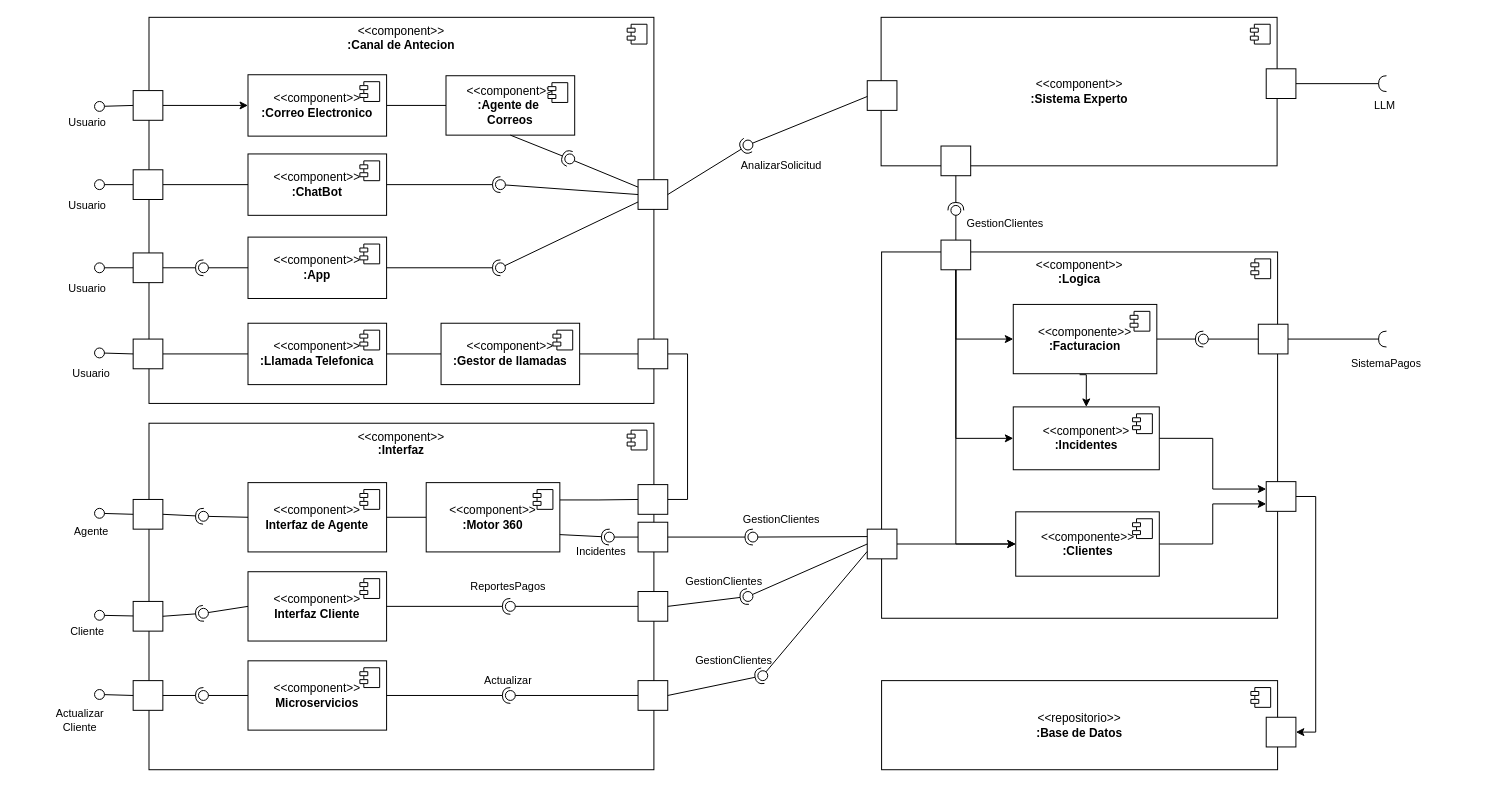
Earlier version of the draw.io diagram diagramas/DiagramaDeComponentes.drawio (ronguito/arquitectura). Source tidied: cells renumbered, new cells numbered last; positions are measured from the earlier drawing's top-left corner, leaving out a move shared by most shapes. Both pictures are drawn from the tidied source at 99%, with x=0, y=0 at pixel (17, 17).
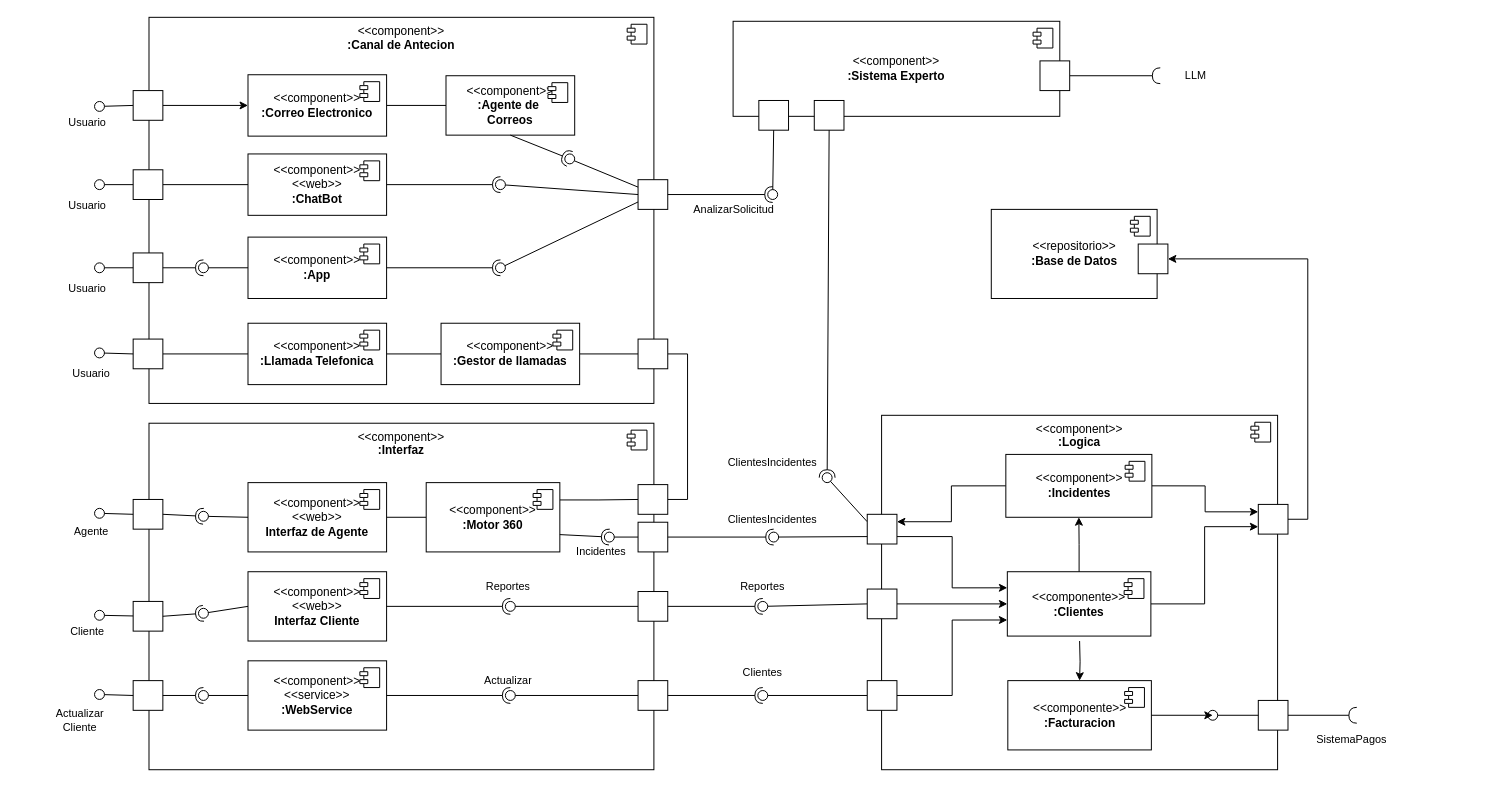
The same page after the edit.

Diff of the diagram source:
```diff
@@
     <mxCell id="2" value="&amp;lt;&amp;lt;component&amp;gt;&amp;gt;&lt;div&gt;&lt;b&gt;:Logica&lt;/b&gt;&lt;/div&gt;" style="html=1;whiteSpace=wrap;verticalAlign=top;" parent="1" vertex="1">
-      <mxGeometry x="873" y="237" width="400" height="370" as="geometry" />
+      <mxGeometry x="873" y="402" width="400" height="358" as="geometry" />
     </mxCell>
@@
     <mxCell id="6" value="&lt;div&gt;&amp;lt;&amp;lt;repositorio&amp;gt;&amp;gt;&lt;br&gt;&lt;div&gt;&lt;b&gt;:Base de Datos&lt;/b&gt;&lt;/div&gt;&lt;/div&gt;" style="html=1;whiteSpace=wrap;" parent="1" vertex="1">
-      <mxGeometry x="873" y="670" width="400" height="90" as="geometry" />
+      <mxGeometry x="983.8" y="194" width="167.5" height="90" as="geometry" />
     </mxCell>
@@
     <mxCell id="8" value="&amp;lt;&amp;lt;component&amp;gt;&amp;gt;&lt;div&gt;&lt;b&gt;:Sistema&amp;nbsp;&lt;/b&gt;&lt;b style=&quot;background-color: initial;&quot;&gt;Experto&lt;/b&gt;&lt;/div&gt;" style="html=1;whiteSpace=wrap;" parent="1" vertex="1">
-      <mxGeometry x="872.5" width="400" height="150" as="geometry" />
+      <mxGeometry x="723" y="4" width="330" height="96" as="geometry" />
     </mxCell>
@@
+    <mxCell id="167" style="edgeStyle=orthogonalEdgeStyle;rounded=0;jettySize=auto;html=1;entryX=0.5;entryY=0;entryDx=0;entryDy=0;" parent="1" edge="1" target="30">
+      <mxGeometry relative="1" as="geometry">
+        <mxPoint x="1073" y="630" as="sourcePoint" />
+      </mxGeometry>
+    </mxCell>
     <mxCell id="11" value="&amp;lt;&amp;lt;componente&amp;gt;&amp;gt;&lt;div&gt;&lt;div&gt;&lt;b&gt;:Clientes&lt;/b&gt;&lt;/div&gt;&lt;/div&gt;" style="html=1;whiteSpace=wrap;" parent="1" vertex="1">
-      <mxGeometry x="1008.5" y="499.5" width="145" height="65" as="geometry" />
+      <mxGeometry x="1000" y="560" width="145" height="65" as="geometry" />
     </mxCell>
@@
+    <mxCell id="168" style="edgeStyle=orthogonalEdgeStyle;rounded=0;jettySize=auto;html=1;exitX=0;exitY=0.5;exitDx=0;exitDy=0;entryX=1;entryY=0.25;entryDx=0;entryDy=0;" parent="1" edge="1" source="15" target="128">
+      <mxGeometry relative="1" as="geometry" />
+    </mxCell>
     <mxCell id="15" value="&amp;lt;&amp;lt;component&amp;gt;&amp;gt;&lt;div&gt;&lt;b style=&quot;background-color: initial;&quot;&gt;:Incidentes&lt;/b&gt;&lt;/div&gt;" style="html=1;whiteSpace=wrap;" parent="1" vertex="1">
-      <mxGeometry x="1006" y="393.5" width="147.5" height="63.5" as="geometry" />
+      <mxGeometry x="998.5" y="441.5" width="147.5" height="63.5" as="geometry" />
     </mxCell>
@@
     <mxCell id="18" style="ellipse;whiteSpace=wrap;html=1;align=center;fillColor=none;strokeColor=none;perimeter=centerPerimeter;" parent="1" vertex="1">
-      <mxGeometry x="1324.5" y="200" width="10" height="10" as="geometry" />
+      <mxGeometry x="1202.5" y="164" width="10" height="10" as="geometry" />
     </mxCell>
     <mxCell id="19" style="rounded=0;jettySize=auto;html=1;endArrow=halfCircle;endFill=0;endSize=6;strokeWidth=1;sketch=0;exitX=1;exitY=0.5;exitDx=0;exitDy=0;" parent="1" edge="1" source="75">
       <mxGeometry relative="1" as="geometry">
-        <mxPoint x="1383" y="67" as="targetPoint" />
+        <mxPoint x="1154.5" y="59" as="targetPoint" />
       </mxGeometry>
     </mxCell>
@@
     <mxCell id="24" style="ellipse;whiteSpace=wrap;html=1;align=center;fillColor=none;strokeColor=none;perimeter=centerPerimeter;" parent="1" vertex="1">
-      <mxGeometry x="1263.5" y="297" width="10" height="10" as="geometry" />
+      <mxGeometry x="1263.5" y="462" width="10" height="10" as="geometry" />
     </mxCell>
     <mxCell id="25" style="ellipse;whiteSpace=wrap;html=1;align=center;fillColor=none;strokeColor=none;perimeter=centerPerimeter;" parent="1" vertex="1">
-      <mxGeometry x="1324.5" y="320" width="10" height="10" as="geometry" />
+      <mxGeometry x="1324.5" y="485" width="10" height="10" as="geometry" />
     </mxCell>
     <mxCell id="26" value="SistemaPagos" style="text;html=1;strokeColor=none;fillColor=none;align=center;verticalAlign=middle;whiteSpace=wrap;overflow=hidden;fontSize=11;" parent="1" vertex="1">
-      <mxGeometry x="1327.5" y="340" width="110" height="20" as="geometry" />
+      <mxGeometry x="1293" y="720" width="110" height="20" as="geometry" />
     </mxCell>
     <mxCell id="27" value="LLM" style="text;html=1;strokeColor=none;fillColor=none;align=center;verticalAlign=middle;whiteSpace=wrap;overflow=hidden;fontSize=11;" parent="1" vertex="1">
-      <mxGeometry x="1317.5" y="79" width="127" height="20" as="geometry" />
+      <mxGeometry x="1126.5" y="49" width="127" height="20" as="geometry" />
     </mxCell>
@@
-    <mxCell id="29" style="edgeStyle=orthogonalEdgeStyle;rounded=0;jettySize=auto;html=1;exitX=0.462;exitY=1.014;exitDx=0;exitDy=0;entryX=0.5;entryY=0;entryDx=0;entryDy=0;exitPerimeter=0;" parent="1" edge="1" source="30" target="15">
-      <mxGeometry relative="1" as="geometry" />
-    </mxCell>
     <mxCell id="30" value="&amp;lt;&amp;lt;componente&amp;gt;&amp;gt;&lt;div&gt;&lt;b&gt;:&lt;/b&gt;&lt;b style=&quot;background-color: initial;&quot;&gt;Facturacion&lt;/b&gt;&lt;/div&gt;" style="html=1;whiteSpace=wrap;" parent="1" vertex="1">
-      <mxGeometry x="1006" y="290" width="145" height="70" as="geometry" />
+      <mxGeometry x="1000.5" y="670" width="145" height="70" as="geometry" />
     </mxCell>
@@
     <mxCell id="32" style="ellipse;whiteSpace=wrap;html=1;align=center;fillColor=none;strokeColor=none;perimeter=centerPerimeter;" parent="1" vertex="1">
-      <mxGeometry x="1324.5" y="225" width="10" height="10" as="geometry" />
+      <mxGeometry x="1324.5" y="390" width="10" height="10" as="geometry" />
     </mxCell>
@@
-    <mxCell id="42" value="&amp;lt;&amp;lt;component&amp;gt;&amp;gt;&lt;div&gt;&lt;b&gt;:&lt;/b&gt;&lt;b style=&quot;background-color: initial;&quot;&gt;ChatBot&lt;/b&gt;&lt;/div&gt;" style="html=1;whiteSpace=wrap;" parent="1" vertex="1">
+    <mxCell id="42" value="&amp;lt;&amp;lt;component&amp;gt;&amp;gt;&lt;div&gt;&amp;lt;&amp;lt;web&amp;gt;&amp;gt;&lt;br&gt;&lt;div&gt;&lt;b&gt;:&lt;/b&gt;&lt;b style=&quot;background-color: initial;&quot;&gt;ChatBot&lt;/b&gt;&lt;/div&gt;&lt;/div&gt;" style="html=1;whiteSpace=wrap;" parent="1" vertex="1">
       <mxGeometry x="233" y="138" width="140" height="62" as="geometry" />
     </mxCell>
@@
-    <mxCell id="47" value="&amp;lt;&amp;lt;component&amp;gt;&amp;gt;&lt;div&gt;&lt;b&gt;Interfaz de Agente&lt;/b&gt;&lt;/div&gt;" style="html=1;whiteSpace=wrap;" parent="1" vertex="1">
+    <mxCell id="47" value="&amp;lt;&amp;lt;component&amp;gt;&amp;gt;&lt;div&gt;&amp;lt;&amp;lt;web&amp;gt;&amp;gt;&lt;br&gt;&lt;div&gt;&lt;b&gt;Interfaz de Agente&lt;/b&gt;&lt;/div&gt;&lt;/div&gt;" style="html=1;whiteSpace=wrap;" parent="1" vertex="1">
       <mxGeometry x="233" y="470" width="140" height="70" as="geometry" />
     </mxCell>
@@
-    <mxCell id="49" value="&amp;lt;&amp;lt;component&amp;gt;&amp;gt;&lt;div&gt;&lt;b&gt;Interfaz Cliente&lt;/b&gt;&lt;/div&gt;" style="html=1;whiteSpace=wrap;" parent="1" vertex="1">
+    <mxCell id="49" value="&amp;lt;&amp;lt;component&amp;gt;&amp;gt;&lt;div&gt;&amp;lt;&amp;lt;web&amp;gt;&amp;gt;&lt;br&gt;&lt;div&gt;&lt;b&gt;Interfaz Cliente&lt;/b&gt;&lt;/div&gt;&lt;/div&gt;" style="html=1;whiteSpace=wrap;" parent="1" vertex="1">
       <mxGeometry x="233" y="560" width="140" height="70" as="geometry" />
     </mxCell>
@@
-    <mxCell id="51" value="&amp;lt;&amp;lt;component&amp;gt;&amp;gt;&lt;div&gt;&lt;b&gt;Microservicios&lt;/b&gt;&lt;/div&gt;" style="html=1;whiteSpace=wrap;" parent="1" vertex="1">
+    <mxCell id="51" value="&amp;lt;&amp;lt;component&amp;gt;&amp;gt;&lt;div&gt;&amp;lt;&amp;lt;service&amp;gt;&amp;gt;&lt;br&gt;&lt;div&gt;&lt;div&gt;&lt;b&gt;:WebService&lt;/b&gt;&lt;/div&gt;&lt;/div&gt;&lt;/div&gt;" style="html=1;whiteSpace=wrap;" parent="1" vertex="1">
       <mxGeometry x="233" y="650" width="140" height="70" as="geometry" />
     </mxCell>
@@
     <mxCell id="72" style="html=1;rounded=0;" parent="1" vertex="1">
-      <mxGeometry x="858.5" y="64" width="30" height="30" as="geometry" />
+      <mxGeometry x="749" y="84" width="30" height="30" as="geometry" />
     </mxCell>
@@
     <mxCell id="75" style="html=1;rounded=0;" parent="1" vertex="1">
-      <mxGeometry x="1261.5" y="52" width="30" height="30" as="geometry" />
+      <mxGeometry x="1033" y="44" width="30" height="30" as="geometry" />
     </mxCell>
     <mxCell id="76" style="rounded=0;jettySize=auto;html=1;endArrow=halfCircle;endFill=0;endSize=6;strokeWidth=1;sketch=0;exitX=1;exitY=0.5;exitDx=0;exitDy=0;" parent="1" edge="1" source="77">
       <mxGeometry relative="1" as="geometry">
-        <mxPoint x="1383" y="325" as="targetPoint" />
+        <mxPoint x="1353" y="705" as="targetPoint" />
       </mxGeometry>
     </mxCell>
     <mxCell id="77" style="html=1;rounded=0;" parent="1" vertex="1">
-      <mxGeometry x="1253.5" y="310" width="30" height="30" as="geometry" />
+      <mxGeometry x="1253.5" y="690" width="30" height="30" as="geometry" />
     </mxCell>
@@
-    <mxCell id="79" style="rounded=0;jettySize=auto;html=1;endArrow=oval;endFill=0;sketch=0;sourcePerimeterSpacing=0;targetPerimeterSpacing=0;endSize=10;exitX=0;exitY=0.533;exitDx=0;exitDy=0;exitPerimeter=0;" parent="1" edge="1" source="72" target="80">
+    <mxCell id="79" style="rounded=0;jettySize=auto;html=1;endArrow=oval;endFill=0;sketch=0;sourcePerimeterSpacing=0;targetPerimeterSpacing=0;endSize=10;exitX=0.5;exitY=1;exitDx=0;exitDy=0;" parent="1" edge="1" source="72" target="80">
       <mxGeometry relative="1" as="geometry" />
     </mxCell>
     <mxCell id="80" style="ellipse;whiteSpace=wrap;html=1;align=center;fillColor=none;strokeColor=none;perimeter=centerPerimeter;points=[];outlineConnect=1;" parent="1" vertex="1">
-      <mxGeometry x="733" y="124" width="10" height="10" as="geometry" />
+      <mxGeometry x="758" y="174" width="10" height="10" as="geometry" />
     </mxCell>
@@
-    <mxCell id="103" style="edgeStyle=orthogonalEdgeStyle;rounded=0;jettySize=auto;html=1;exitX=0.5;exitY=1;exitDx=0;exitDy=0;entryX=0;entryY=0.5;entryDx=0;entryDy=0;" parent="1" edge="1" source="106" target="15">
-      <mxGeometry relative="1" as="geometry" />
-    </mxCell>
-    <mxCell id="104" style="edgeStyle=orthogonalEdgeStyle;rounded=0;jettySize=auto;html=1;exitX=0.5;exitY=1;exitDx=0;exitDy=0;entryX=0;entryY=0.5;entryDx=0;entryDy=0;" parent="1" edge="1" source="106" target="11">
+    <mxCell id="104" style="edgeStyle=orthogonalEdgeStyle;rounded=0;jettySize=auto;html=1;entryX=0.5;entryY=1;entryDx=0;entryDy=0;exitX=0.5;exitY=0;exitDx=0;exitDy=0;" parent="1" edge="1" source="11" target="15">
       <mxGeometry relative="1" as="geometry" />
     </mxCell>
-    <mxCell id="105" style="edgeStyle=orthogonalEdgeStyle;rounded=0;jettySize=auto;html=1;exitX=0.5;exitY=1;exitDx=0;exitDy=0;entryX=0;entryY=0.5;entryDx=0;entryDy=0;" parent="1" edge="1" source="106" target="30">
-      <mxGeometry relative="1" as="geometry" />
-    </mxCell>
-    <mxCell id="106" style="html=1;rounded=0;" parent="1" vertex="1">
-      <mxGeometry x="933" y="225" width="30" height="30" as="geometry" />
-    </mxCell>
+    <mxCell id="169" style="edgeStyle=orthogonalEdgeStyle;rounded=0;jettySize=auto;html=1;exitX=1;exitY=0.75;exitDx=0;exitDy=0;entryX=0;entryY=0.25;entryDx=0;entryDy=0;" parent="1" edge="1" source="128" target="11">
+      <mxGeometry relative="1" as="geometry" />
+    </mxCell>
@@
     <mxCell id="115" style="ellipse;whiteSpace=wrap;html=1;align=center;fillColor=none;strokeColor=none;perimeter=centerPerimeter;" parent="1" vertex="1">
-      <mxGeometry x="953" y="477" width="10" height="10" as="geometry" />
+      <mxGeometry x="953" y="642" width="10" height="10" as="geometry" />
     </mxCell>
     <mxCell id="116" style="ellipse;whiteSpace=wrap;html=1;align=center;fillColor=none;strokeColor=none;perimeter=centerPerimeter;" parent="1" vertex="1">
-      <mxGeometry x="1213" y="410" width="10" height="10" as="geometry" />
+      <mxGeometry x="1213" y="575" width="10" height="10" as="geometry" />
     </mxCell>
@@
     <mxCell id="118" style="html=1;rounded=0;" parent="1" vertex="1">
-      <mxGeometry x="1261.5" y="469" width="30" height="30" as="geometry" />
+      <mxGeometry x="1253.5" y="492" width="30" height="30" as="geometry" />
     </mxCell>
     <mxCell id="119" style="html=1;rounded=0;" parent="1" vertex="1">
-      <mxGeometry x="1261.5" y="707" width="30" height="30" as="geometry" />
+      <mxGeometry x="1132.2" y="229" width="30" height="30" as="geometry" />
     </mxCell>
-    <mxCell id="120" style="rounded=0;jettySize=auto;html=1;endArrow=halfCircle;endFill=0;endSize=6;strokeWidth=1;sketch=0;" parent="1" edge="1" source="30" target="122">
-      <mxGeometry relative="1" as="geometry" />
-    </mxCell>
@@
     <mxCell id="122" style="ellipse;whiteSpace=wrap;html=1;align=center;fillColor=none;strokeColor=none;perimeter=centerPerimeter;points=[];outlineConnect=1;" parent="1" vertex="1">
-      <mxGeometry x="1193" y="320" width="10" height="10" as="geometry" />
+      <mxGeometry x="1202.5" y="700" width="10" height="10" as="geometry" />
     </mxCell>
     <mxCell id="123" style="html=1;rounded=0;" parent="1" vertex="1">
-      <mxGeometry x="933" y="130" width="30" height="30" as="geometry" />
+      <mxGeometry x="805" y="84" width="30" height="30" as="geometry" />
     </mxCell>
@@
-    <mxCell id="125" style="rounded=0;jettySize=auto;html=1;endArrow=oval;endFill=0;sketch=0;sourcePerimeterSpacing=0;targetPerimeterSpacing=0;endSize=10;exitX=0.5;exitY=0;exitDx=0;exitDy=0;" parent="1" edge="1" source="106" target="126">
+    <mxCell id="125" style="rounded=0;jettySize=auto;html=1;endArrow=oval;endFill=0;sketch=0;sourcePerimeterSpacing=0;targetPerimeterSpacing=0;endSize=10;exitX=0;exitY=0.25;exitDx=0;exitDy=0;" parent="1" edge="1" source="128" target="126">
       <mxGeometry relative="1" as="geometry" />
     </mxCell>
     <mxCell id="126" style="ellipse;whiteSpace=wrap;html=1;align=center;fillColor=none;strokeColor=none;perimeter=centerPerimeter;points=[];outlineConnect=1;" parent="1" vertex="1">
-      <mxGeometry x="943" y="190" width="10" height="10" as="geometry" />
+      <mxGeometry x="813" y="460" width="10" height="10" as="geometry" />
     </mxCell>
-    <mxCell id="127" style="edgeStyle=orthogonalEdgeStyle;rounded=0;jettySize=auto;html=1;exitX=1;exitY=0.5;exitDx=0;exitDy=0;entryX=0;entryY=0.5;entryDx=0;entryDy=0;" parent="1" edge="1" source="128" target="11">
+    <mxCell id="127" style="edgeStyle=orthogonalEdgeStyle;rounded=0;jettySize=auto;html=1;entryX=0;entryY=0.5;entryDx=0;entryDy=0;exitX=1;exitY=0.5;exitDx=0;exitDy=0;" parent="1" edge="1" source="170" target="11">
       <mxGeometry relative="1" as="geometry" />
     </mxCell>
     <mxCell id="128" style="html=1;rounded=0;" parent="1" vertex="1">
-      <mxGeometry x="858.5" y="517" width="30" height="30" as="geometry" />
+      <mxGeometry x="858.5" y="502" width="30" height="30" as="geometry" />
     </mxCell>
@@
-    <mxCell id="130" style="rounded=0;jettySize=auto;html=1;endArrow=oval;endFill=0;sketch=0;sourcePerimeterSpacing=0;targetPerimeterSpacing=0;endSize=10;exitX=0;exitY=0.5;exitDx=0;exitDy=0;" parent="1" edge="1" source="128" target="131">
+    <mxCell id="130" style="rounded=0;jettySize=auto;html=1;endArrow=oval;endFill=0;sketch=0;sourcePerimeterSpacing=0;targetPerimeterSpacing=0;endSize=10;exitX=0;exitY=0.5;exitDx=0;exitDy=0;" parent="1" edge="1" source="170" target="131">
       <mxGeometry relative="1" as="geometry" />
     </mxCell>
     <mxCell id="131" style="ellipse;whiteSpace=wrap;html=1;align=center;fillColor=none;strokeColor=none;perimeter=centerPerimeter;points=[];outlineConnect=1;" parent="1" vertex="1">
-      <mxGeometry x="733" y="580" width="10" height="10" as="geometry" />
+      <mxGeometry x="748" y="590" width="10" height="10" as="geometry" />
     </mxCell>
@@
-    <mxCell id="133" style="rounded=0;jettySize=auto;html=1;endArrow=oval;endFill=0;sketch=0;sourcePerimeterSpacing=0;targetPerimeterSpacing=0;endSize=10;exitX=0;exitY=0.75;exitDx=0;exitDy=0;" parent="1" edge="1" source="128" target="134">
+    <mxCell id="133" style="rounded=0;jettySize=auto;html=1;endArrow=oval;endFill=0;sketch=0;sourcePerimeterSpacing=0;targetPerimeterSpacing=0;endSize=10;exitX=0;exitY=0.5;exitDx=0;exitDy=0;" parent="1" edge="1" source="172" target="134">
       <mxGeometry relative="1" as="geometry" />
     </mxCell>
     <mxCell id="134" style="ellipse;whiteSpace=wrap;html=1;align=center;fillColor=none;strokeColor=none;perimeter=centerPerimeter;points=[];outlineConnect=1;" parent="1" vertex="1">
-      <mxGeometry x="748" y="660" width="10" height="10" as="geometry" />
+      <mxGeometry x="748" y="680" width="10" height="10" as="geometry" />
     </mxCell>
@@
-    <mxCell id="152" value="ReportesPagos" style="text;html=1;strokeColor=none;fillColor=none;align=center;verticalAlign=middle;whiteSpace=wrap;overflow=hidden;fontSize=11;" parent="1" vertex="1">
+    <mxCell id="152" value="Reportes" style="text;html=1;strokeColor=none;fillColor=none;align=center;verticalAlign=middle;whiteSpace=wrap;overflow=hidden;fontSize=11;" parent="1" vertex="1">
       <mxGeometry x="453.5" y="564.5" width="84" height="20" as="geometry" />
     </mxCell>
@@
-    <mxCell id="156" style="rounded=0;jettySize=auto;html=1;endArrow=oval;endFill=0;sketch=0;sourcePerimeterSpacing=0;targetPerimeterSpacing=0;endSize=10;exitX=0;exitY=0.25;exitDx=0;exitDy=0;" parent="1" edge="1" source="128" target="157">
+    <mxCell id="156" style="rounded=0;jettySize=auto;html=1;endArrow=oval;endFill=0;sketch=0;sourcePerimeterSpacing=0;targetPerimeterSpacing=0;endSize=10;exitX=0;exitY=0.75;exitDx=0;exitDy=0;" parent="1" edge="1" source="128" target="157">
       <mxGeometry relative="1" as="geometry" />
     </mxCell>
     <mxCell id="157" style="ellipse;whiteSpace=wrap;html=1;align=center;fillColor=none;strokeColor=none;perimeter=centerPerimeter;points=[];outlineConnect=1;" parent="1" vertex="1">
-      <mxGeometry x="738" y="520" width="10" height="10" as="geometry" />
+      <mxGeometry x="759" y="520" width="10" height="10" as="geometry" />
     </mxCell>
-    <mxCell id="158" value="GestionClientes" style="text;html=1;strokeColor=none;fillColor=none;align=center;verticalAlign=middle;whiteSpace=wrap;overflow=hidden;fontSize=11;" parent="1" vertex="1">
-      <mxGeometry x="701" y="497" width="142" height="20" as="geometry" />
+    <mxCell id="158" value="ClientesIncidentes" style="text;html=1;strokeColor=none;fillColor=none;align=center;verticalAlign=middle;whiteSpace=wrap;overflow=hidden;fontSize=11;" parent="1" vertex="1">
+      <mxGeometry x="707" y="497" width="112" height="20" as="geometry" />
     </mxCell>
-    <mxCell id="159" value="GestionClientes" style="text;html=1;strokeColor=none;fillColor=none;align=center;verticalAlign=middle;whiteSpace=wrap;overflow=hidden;fontSize=11;" parent="1" vertex="1">
-      <mxGeometry x="643" y="560" width="142" height="20" as="geometry" />
+    <mxCell id="159" value="Reportes" style="text;html=1;strokeColor=none;fillColor=none;align=center;verticalAlign=middle;whiteSpace=wrap;overflow=hidden;fontSize=11;" parent="1" vertex="1">
+      <mxGeometry x="682" y="565" width="142" height="20" as="geometry" />
     </mxCell>
-    <mxCell id="160" value="GestionClientes" style="text;html=1;strokeColor=none;fillColor=none;align=center;verticalAlign=middle;whiteSpace=wrap;overflow=hidden;fontSize=11;" parent="1" vertex="1">
-      <mxGeometry x="653" y="640" width="142" height="20" as="geometry" />
+    <mxCell id="160" value="Clientes" style="text;html=1;strokeColor=none;fillColor=none;align=center;verticalAlign=middle;whiteSpace=wrap;overflow=hidden;fontSize=11;" parent="1" vertex="1">
+      <mxGeometry x="682" y="652" width="142" height="20" as="geometry" />
     </mxCell>
-    <mxCell id="161" value="GestionClientes" style="text;html=1;strokeColor=none;fillColor=none;align=center;verticalAlign=middle;whiteSpace=wrap;overflow=hidden;fontSize=11;" parent="1" vertex="1">
-      <mxGeometry x="926.5" y="198" width="142" height="20" as="geometry" />
-    </mxCell>
     <mxCell id="162" value="AnalizarSolicitud" style="text;html=1;strokeColor=none;fillColor=none;align=center;verticalAlign=middle;whiteSpace=wrap;overflow=hidden;fontSize=11;" parent="1" vertex="1">
-      <mxGeometry x="701" y="140" width="142" height="20" as="geometry" />
+      <mxGeometry x="653" y="184" width="142" height="20" as="geometry" />
     </mxCell>
@@
+    <mxCell id="120" style="edgeStyle=orthogonalEdgeStyle;rounded=0;jettySize=auto;html=1;exitX=1;exitY=0.5;exitDx=0;exitDy=0;entryX=0.6;entryY=0.5;entryDx=0;entryDy=0;entryPerimeter=0;" parent="1" edge="1" source="30" target="122">
+      <mxGeometry relative="1" as="geometry" />
+    </mxCell>
+    <mxCell id="170" style="html=1;rounded=0;" parent="1" vertex="1">
+      <mxGeometry x="858.5" y="577.5" width="30" height="30" as="geometry" />
+    </mxCell>
+    <mxCell id="171" style="edgeStyle=orthogonalEdgeStyle;rounded=0;jettySize=auto;html=1;entryX=0;entryY=0.75;entryDx=0;entryDy=0;" parent="1" edge="1" source="172" target="11">
+      <mxGeometry relative="1" as="geometry" />
+    </mxCell>
+    <mxCell id="172" style="html=1;rounded=0;" parent="1" vertex="1">
+      <mxGeometry x="858.5" y="670" width="30" height="30" as="geometry" />
+    </mxCell>
+    <mxCell id="173" value="ClientesIncidentes" style="text;html=1;strokeColor=none;fillColor=none;align=center;verticalAlign=middle;whiteSpace=wrap;overflow=hidden;fontSize=11;" parent="1" vertex="1">
+      <mxGeometry x="707" y="440" width="112" height="20" as="geometry" />
+    </mxCell>
```
